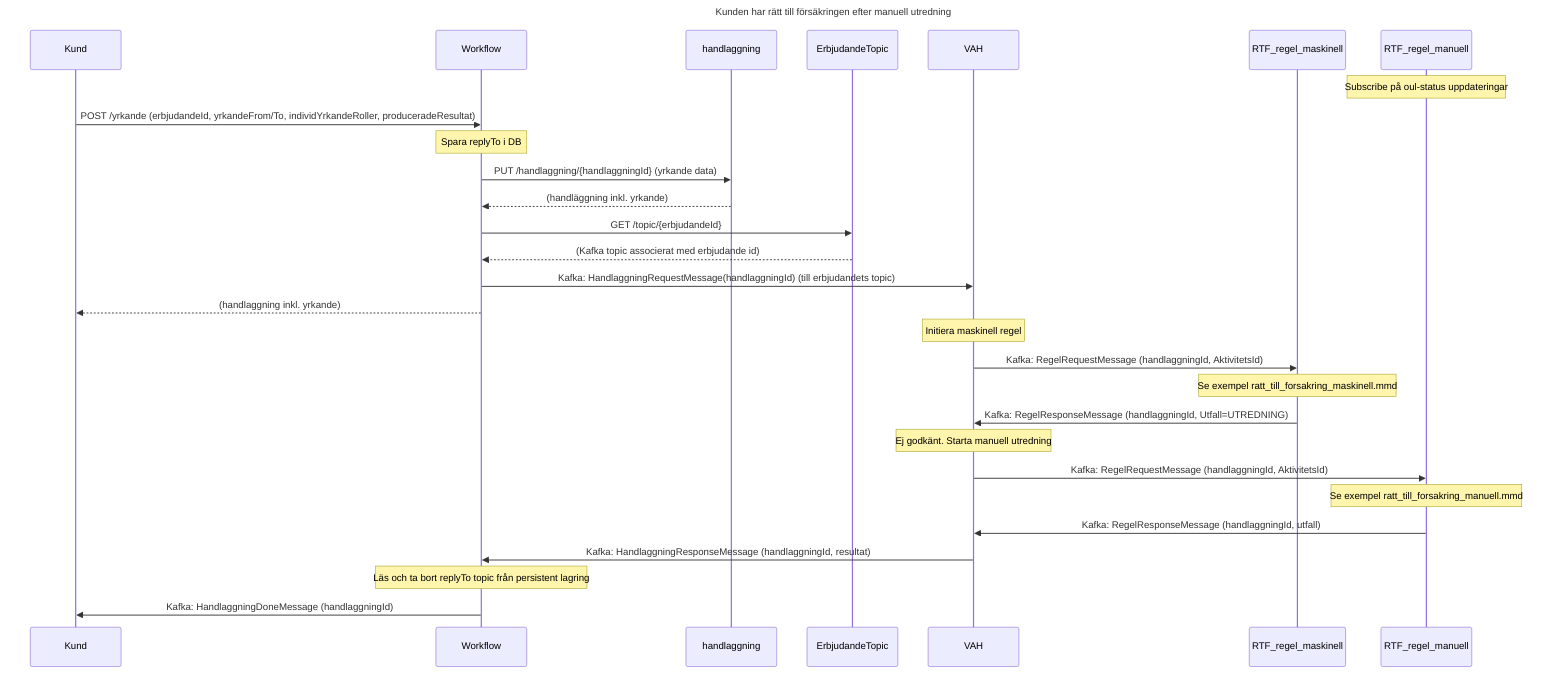
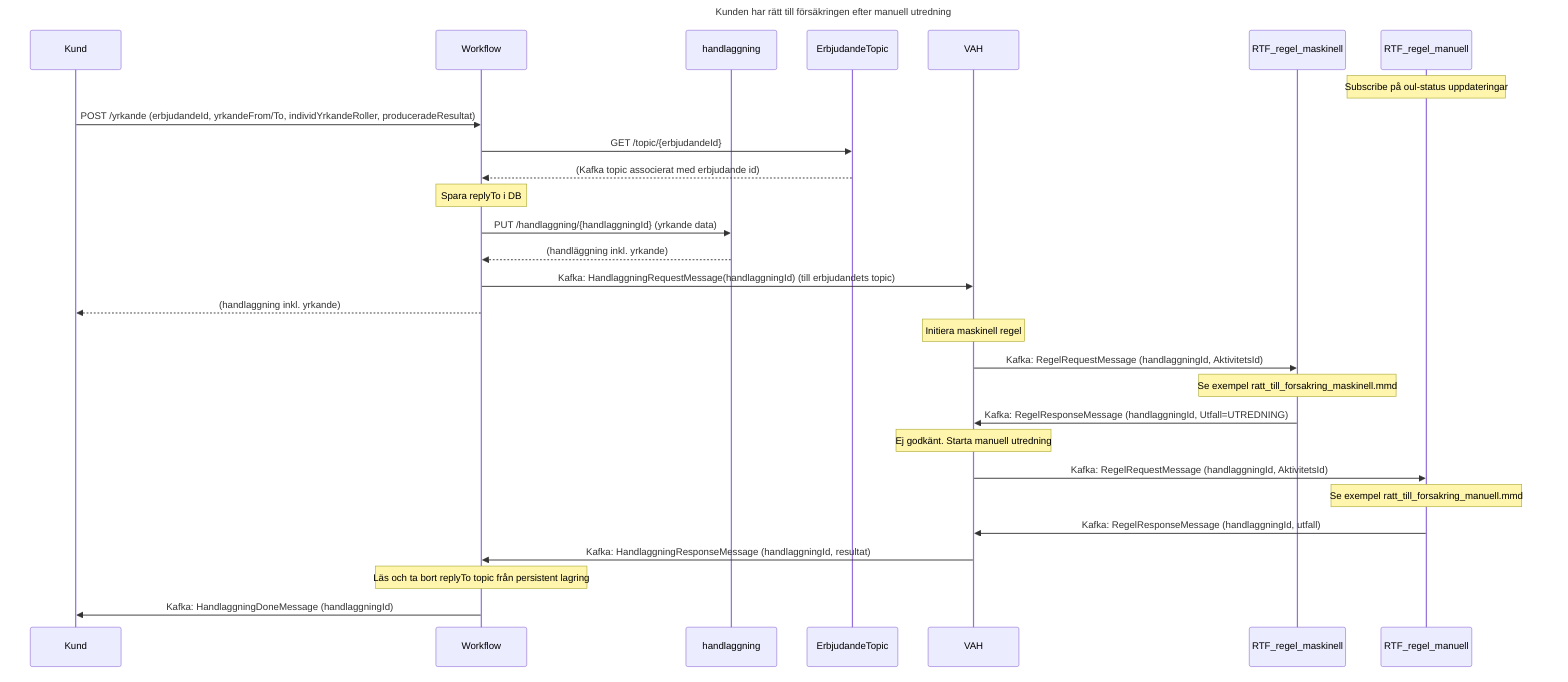
sequenceDiagram
    title Kunden har rätt till försäkringen efter manuell utredning
    participant Kund
    participant Workflow
    participant handlaggning
    participant ErbjudandeTopic
    participant VAH
    participant RTF_regel_maskinell
    participant RTF_regel_manuell

    note over RTF_regel_manuell: Subscribe på oul-status uppdateringar

    Kund ->> Workflow: POST /yrkande (erbjudandeId, yrkandeFrom/To, individYrkandeRoller, produceradeResultat)
+     Workflow ->> ErbjudandeTopic: GET /topic/{erbjudandeId}
+     ErbjudandeTopic -->> Workflow: (Kafka topic associerat med erbjudande id)
    note over Workflow: Spara replyTo i DB
    Workflow ->> handlaggning: PUT /handlaggning/{handlaggningId} (yrkande data)
    handlaggning -->> Workflow: (handläggning inkl. yrkande)
-     Workflow ->> ErbjudandeTopic: GET /topic/{erbjudandeId}
-     ErbjudandeTopic -->> Workflow: (Kafka topic associerat med erbjudande id)
+ 
    Workflow ->> VAH: Kafka: HandlaggningRequestMessage(handlaggningId) (till erbjudandets topic)
    Workflow -->> Kund: (handlaggning inkl. yrkande)

    note over VAH: Initiera maskinell regel

    VAH ->> RTF_regel_maskinell: Kafka: RegelRequestMessage (handlaggningId, AktivitetsId)

    note over RTF_regel_maskinell: Se exempel ratt_till_forsakring_maskinell.mmd

    RTF_regel_maskinell ->> VAH: Kafka: RegelResponseMessage (handlaggningId, Utfall=UTREDNING)
    note over VAH: Ej godkänt. Starta manuell utredning

    VAH ->> RTF_regel_manuell: Kafka: RegelRequestMessage (handlaggningId, AktivitetsId)

    note over RTF_regel_manuell: Se exempel ratt_till_forsakring_manuell.mmd

    RTF_regel_manuell ->> VAH: Kafka: RegelResponseMessage (handlaggningId, utfall)

    VAH ->> Workflow: Kafka: HandlaggningResponseMessage (handlaggningId, resultat)
    note over Workflow: Läs och ta bort replyTo topic från persistent lagring

    Workflow ->> Kund: Kafka: HandlaggningDoneMessage (handlaggningId)